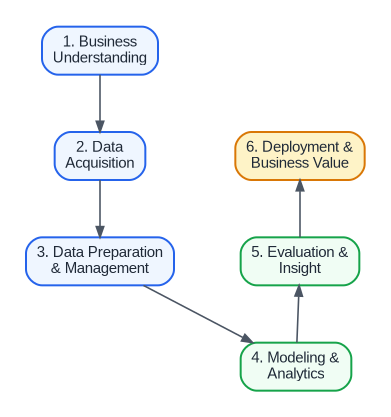
This is uas/crisp_dm.png from gadingnst/project-data-science, a Graphviz export, as it was before one commit. Its source is kept beside it as uas/crisp_dm.dot.
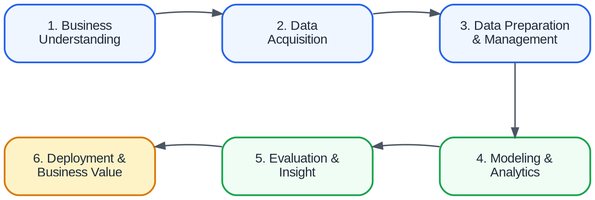
Later version of the same file.

Commit message:
[Nouva] feat(uas): update CRISP-DM serpentine diagram layout by Nestor

The edit, as a diff of the source:
```diff
@@ -1,26 +1,42 @@
 digraph CRISP_DM {
-    graph [bgcolor="#ffffff", fontname="Helvetica,Arial,sans-serif", nodesep=0.7, ranksep=0.6];
-    node [shape=box, style="filled,rounded", fontname="Helvetica,Arial,sans-serif", fontsize=11, fontcolor="#1F2937", penwidth=1.5];
-    edge [fontname="Helvetica,Arial,sans-serif", fontsize=9, color="#4B5563", penwidth=1.2, arrowsize=0.8];
+    graph [bgcolor="#ffffff", fontname="Helvetica,Arial,sans-serif",
+           rankdir=TB, nodesep=0.8, ranksep=0.9];
+    node  [shape=box, style="filled,rounded",
+           fontname="Helvetica,Arial,sans-serif", fontsize=11,
+           fontcolor="#1F2937", penwidth=1.5, width=1.8, height=0.7];
+    edge  [fontname="Helvetica,Arial,sans-serif", fontsize=9,
+           color="#4B5563", penwidth=1.2, arrowsize=0.8];
 
-    subgraph cluster_top {
-        color=none;
-        rank=same;
-        step1 [label="1. Business\nUnderstanding", fillcolor="#EFF6FF", color="#2563EB"];
-        step2 [label="2. Data\nAcquisition", fillcolor="#EFF6FF", color="#2563EB"];
-        step3 [label="3. Data Preparation\n& Management", fillcolor="#EFF6FF", color="#2563EB"];
-    }
+    /* ── Declare nodes in desired left-to-right order per rank ── */
 
-    subgraph cluster_bottom {
-        color=none;
-        rank=same;
-        step6 [label="6. Deployment &\nBusiness Value", fillcolor="#FEF3C7", color="#D97706"];
-        step5 [label="5. Evaluation &\nInsight", fillcolor="#F0FDF4", color="#16A34A"];
-        step4 [label="4. Modeling &\nAnalytics", fillcolor="#F0FDF4", color="#16A34A"];
-    }
+    /* Top row */
+    step1 [label="1. Business\nUnderstanding",       fillcolor="#EFF6FF", color="#2563EB"];
+    step2 [label="2. Data\nAcquisition",             fillcolor="#EFF6FF", color="#2563EB"];
+    step3 [label="3. Data Preparation\n& Management", fillcolor="#EFF6FF", color="#2563EB"];
 
-    step1 -> step2 -> step3;
-    step3 -> step4;
-    step5 -> step4 [dir=back];
-    step6 -> step5 [dir=back];
+    /* Bottom row — declared 6, 5, 4 so default order is left-to-right */
+    step6 [label="6. Deployment &\nBusiness Value",  fillcolor="#FEF3C7", color="#D97706"];
+    step5 [label="5. Evaluation &\nInsight",         fillcolor="#F0FDF4", color="#16A34A"];
+    step4 [label="4. Modeling &\nAnalytics",         fillcolor="#F0FDF4", color="#16A34A"];
+
+    /* ── Rank constraints ── */
+    { rank=same; step1; step2; step3; }
+    { rank=same; step6; step5; step4; }
+
+    /* ── Invisible ordering edges (high weight) ── */
+    step1 -> step2 [style=invis, weight=100];
+    step2 -> step3 [style=invis, weight=100];
+    step6 -> step5 [style=invis, weight=100];
+    step5 -> step4 [style=invis, weight=100];
+
+    /* ── Anchor: align step1↔step6, step3↔step4 vertically ── */
+    step1 -> step6 [style=invis, weight=10];
+    step3 -> step4 [weight=10];
+
+    /* ── Visible flow edges ── */
+    step1 -> step2;
+    step2 -> step3;
+    /* step3 -> step4 already declared above with weight */
+    step4 -> step5 [constraint=false];
+    step5 -> step6 [constraint=false];
 }
```
